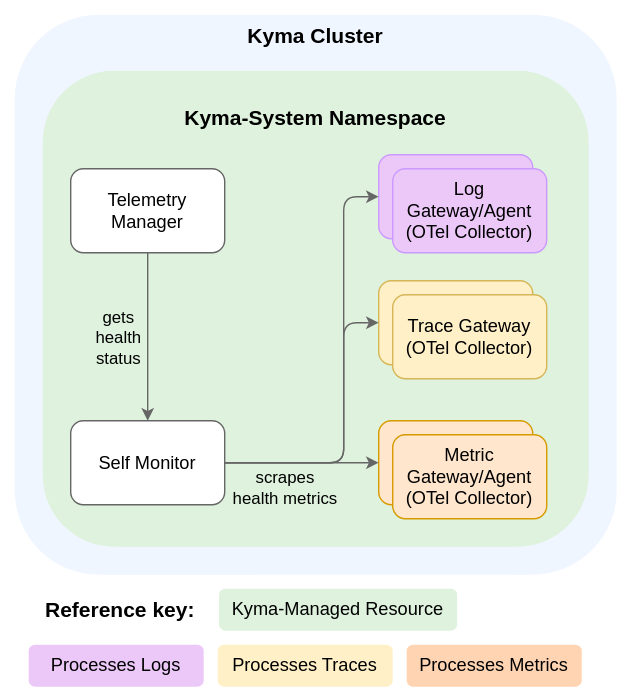
The draw.io diagram docs/user/assets/manager-arch.drawio.svg in kyma-project/telemetry-manager, before a commit. Source tidied: cells renumbered, new cells last; positions are measured from the earlier drawing's top-left corner, leaving out a move shared by most shapes.
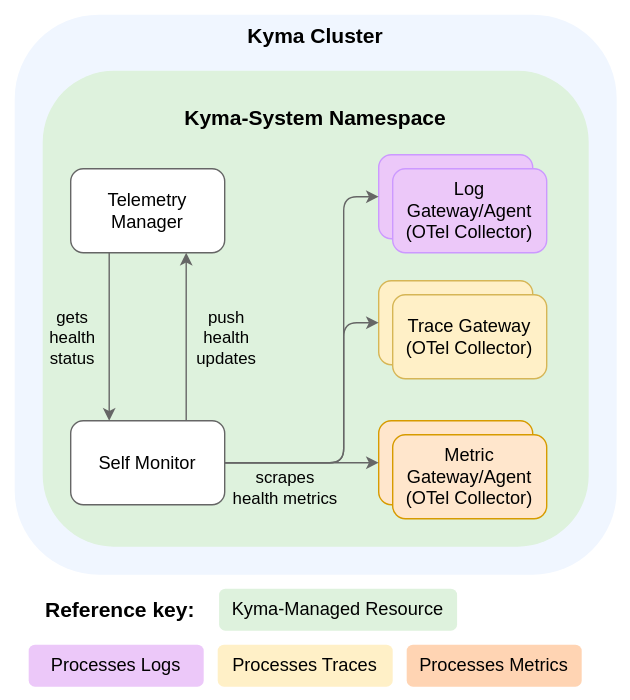
The same diagram one commit later.

Commit message:
docs: fix self-monitor diagram

The edit, as a diff of the source:
```diff
@@ -55,12 +55,12 @@
         </Array>
       </mxGeometry>
     </mxCell>
-    <mxCell id="14" style="edgeStyle=orthogonalEdgeStyle;rounded=1;jettySize=auto;html=1;entryX=0.5;entryY=0;entryDx=0;entryDy=0;strokeColor=#666666;exitX=0.5;exitY=1;exitDx=0;exitDy=0;" parent="1" edge="1" source="5" target="9">
+    <mxCell id="14" style="edgeStyle=orthogonalEdgeStyle;rounded=1;jettySize=auto;html=1;entryX=0.25;entryY=0;entryDx=0;entryDy=0;strokeColor=#666666;exitX=0.25;exitY=1;exitDx=0;exitDy=0;" parent="1" edge="1" source="5" target="9">
       <mxGeometry relative="1" as="geometry" />
     </mxCell>
     <mxCell id="15" value="gets &lt;br&gt;health&lt;br&gt;status" style="edgeLabel;html=1;align=center;verticalAlign=middle;labelBackgroundColor=none;fontSize=12;fontColor=#000000;" parent="14" vertex="1">
       <mxGeometry x="-0.14" y="-2" relative="1" as="geometry">
-        <mxPoint x="-20" y="8" as="offset" />
+        <mxPoint x="-25" y="8" as="offset" />
       </mxGeometry>
     </mxCell>
     <mxCell id="16" value="&lt;font style=&quot;font-size: 15px;&quot;&gt;&lt;b&gt;Reference key:&lt;/b&gt;&lt;/font&gt;" style="text;html=1;align=center;verticalAlign=middle;strokeColor=none;fillColor=#FFFFFF;fontColor=#000000;" parent="1" vertex="1">
@@ -87,5 +87,13 @@
     <mxCell id="23" value="&lt;span style=&quot;color: rgb(0, 0, 0); font-family: Helvetica; font-size: 13px; font-style: normal; font-variant-ligatures: normal; font-variant-caps: normal; font-weight: 400; letter-spacing: normal; orphans: 2; text-indent: 0px; text-transform: none; widows: 2; word-spacing: 0px; -webkit-text-stroke-width: 0px; text-decoration-thickness: initial; text-decoration-style: initial; text-decoration-color: initial; float: none; display: inline !important;&quot;&gt;Kyma-Managed Resource&lt;/span&gt;" style="text;whiteSpace=wrap;html=1;strokeColor=none;rounded=1;fillColor=#def2dd;align=center;" parent="1" vertex="1">
       <mxGeometry x="156" y="420" width="170" height="30" as="geometry" />
     </mxCell>
+    <mxCell id="24" style="edgeStyle=orthogonalEdgeStyle;rounded=1;jettySize=auto;html=1;entryX=0.75;entryY=1;entryDx=0;entryDy=0;strokeColor=#666666;exitX=0.75;exitY=0;exitDx=0;exitDy=0;" parent="1" edge="1" source="9" target="5">
+      <mxGeometry relative="1" as="geometry" />
+    </mxCell>
+    <mxCell id="25" value="push&lt;div&gt;health&lt;/div&gt;&lt;div&gt;updates&lt;/div&gt;" style="edgeLabel;html=1;align=center;verticalAlign=middle;labelBackgroundColor=none;fontSize=12;fontColor=#000000;" parent="24" vertex="1">
+      <mxGeometry x="-0.14" y="-2" relative="1" as="geometry">
+        <mxPoint x="26" y="-8" as="offset" />
+      </mxGeometry>
+    </mxCell>
   </root>
 </mxGraphModel>
```
